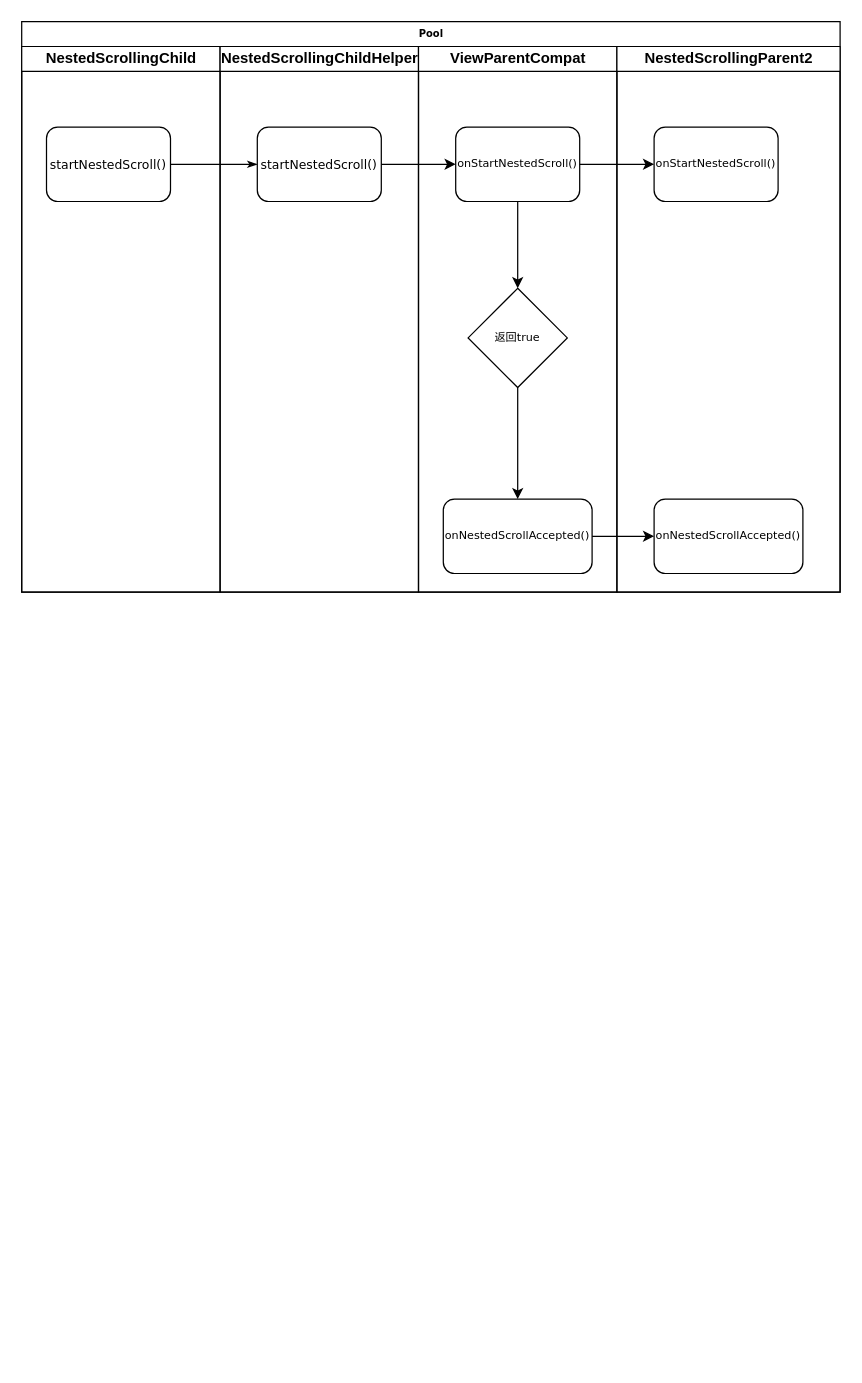
Earlier version of the draw.io diagram page "嵌套滑动流程" (1 of 3) of 未命名绘图.drawio (WensonLuo/Drowio). Source tidied: cells renumbered, new cells numbered last; positions are measured from the earlier drawing's top-left corner, leaving out a move shared by most shapes. Both pictures are drawn from the tidied source at 124%, with x=0, y=0 at pixel (21, 21).
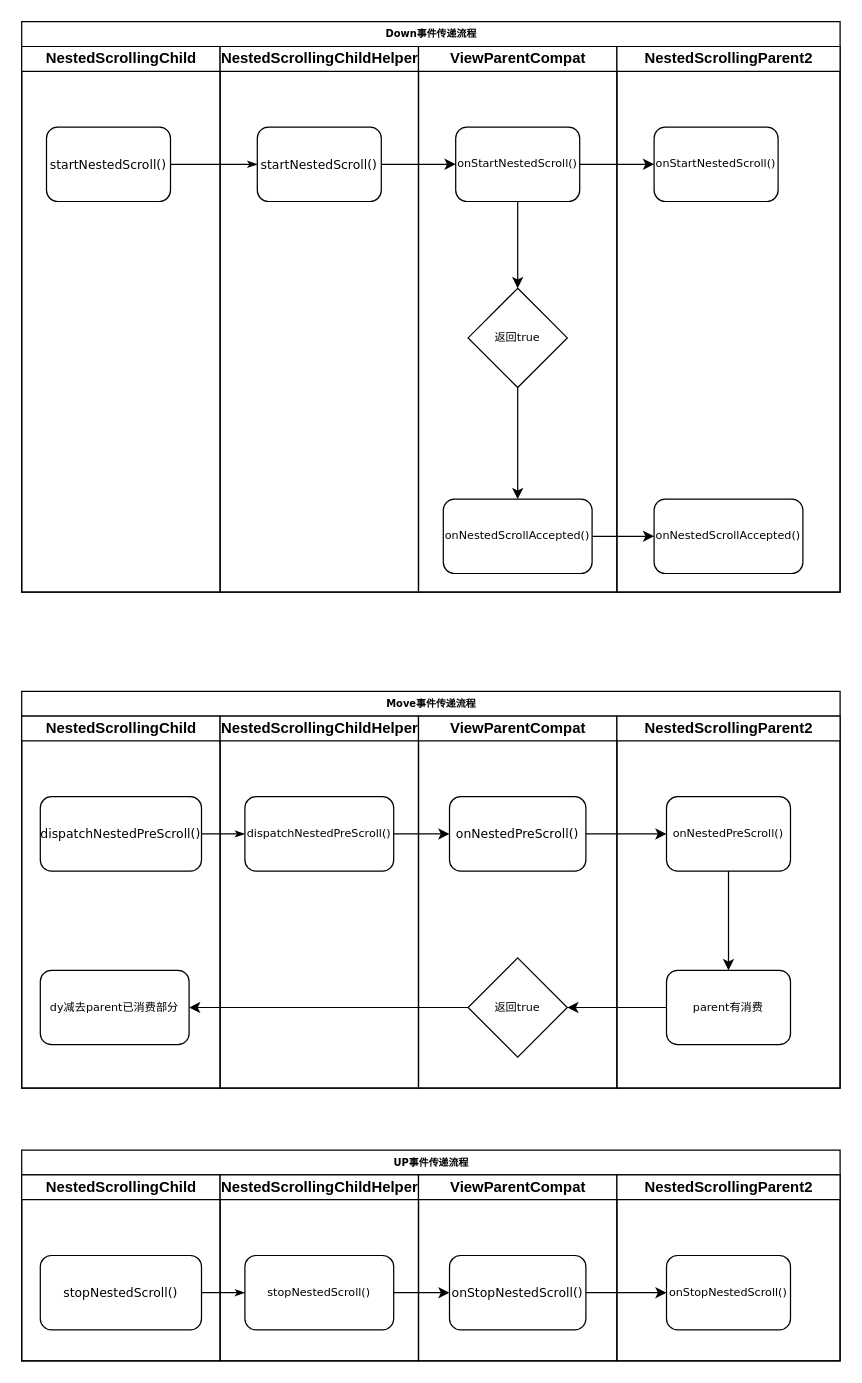
Above is the later version.

Commit message:
更新未命名绘图.drawio

Diff of the diagram source:
```diff
@@
-    <mxCell id="2" value="Pool" style="swimlane;html=1;startSize=20;rounded=0;shadow=0;labelBackgroundColor=none;strokeWidth=1;fontFamily=Verdana;fontSize=8;align=center;" parent="1" vertex="1">
+    <mxCell id="2" value="Down事件传递流程" style="swimlane;html=1;startSize=20;rounded=0;shadow=0;labelBackgroundColor=none;strokeWidth=1;fontFamily=Verdana;fontSize=8;align=center;" parent="1" vertex="1">
       <mxGeometry width="660" height="460" as="geometry" />
     </mxCell>
@@
+    <mxCell id="20" value="Move事件传递流程" style="swimlane;html=1;startSize=20;rounded=0;shadow=0;labelBackgroundColor=none;strokeWidth=1;fontFamily=Verdana;fontSize=8;align=center;" parent="1" vertex="1">
+      <mxGeometry y="540" width="660" height="320" as="geometry" />
+    </mxCell>
+    <mxCell id="21" value="&lt;div class=&quot;lake-content&quot;&gt;NestedScrollingChild&lt;/div&gt;" style="swimlane;html=1;startSize=20;" parent="20" vertex="1">
+      <mxGeometry y="20" width="160" height="300" as="geometry" />
+    </mxCell>
+    <mxCell id="22" value="&lt;div data-lake_diagram_content_editor_data=&quot;true&quot; style=&quot;font-size: 10px;&quot;&gt;dispatchNestedPreScroll()&lt;/div&gt;" style="rounded=1;whiteSpace=wrap;html=1;shadow=0;labelBackgroundColor=none;strokeWidth=1;fontFamily=Verdana;fontSize=10;align=center;" parent="21" vertex="1">
+      <mxGeometry x="15" y="65" width="130" height="60" as="geometry" />
+    </mxCell>
+    <mxCell id="23" value="dy减去parent已消费部分" style="whiteSpace=wrap;html=1;fontSize=9;fontFamily=Verdana;rounded=1;shadow=0;labelBackgroundColor=none;strokeWidth=1;" parent="21" vertex="1">
+      <mxGeometry x="15" y="205" width="120" height="60" as="geometry" />
+    </mxCell>
+    <mxCell id="24" style="edgeStyle=orthogonalEdgeStyle;rounded=1;html=1;labelBackgroundColor=none;startArrow=none;startFill=0;startSize=5;endArrow=classicThin;endFill=1;endSize=5;jettySize=auto;strokeWidth=1;fontFamily=Verdana;fontSize=8;" parent="20" edge="1" source="22" target="26">
+      <mxGeometry relative="1" as="geometry" />
+    </mxCell>
+    <mxCell id="25" value="NestedScrollingChildHelper" style="swimlane;html=1;startSize=20;" parent="20" vertex="1">
+      <mxGeometry x="160" y="20" width="160" height="300" as="geometry" />
+    </mxCell>
+    <mxCell id="26" value="dispatchNestedPreScroll()" style="rounded=1;whiteSpace=wrap;html=1;shadow=0;labelBackgroundColor=none;strokeWidth=1;fontFamily=Verdana;fontSize=9;align=center;" parent="25" vertex="1">
+      <mxGeometry x="20" y="65" width="120" height="60" as="geometry" />
+    </mxCell>
+    <mxCell id="27" value="ViewParentCompat" style="swimlane;html=1;startSize=20;" parent="20" vertex="1">
+      <mxGeometry x="320" y="20" width="160" height="300" as="geometry" />
+    </mxCell>
+    <mxCell id="28" value="onNestedPreScroll()" style="rounded=1;whiteSpace=wrap;html=1;shadow=0;labelBackgroundColor=none;strokeWidth=1;fontFamily=Verdana;fontSize=10;align=center;" parent="27" vertex="1">
+      <mxGeometry x="25" y="65" width="110" height="60" as="geometry" />
+    </mxCell>
+    <mxCell id="29" value="返回true" style="rhombus;whiteSpace=wrap;html=1;fontSize=9;fontFamily=Verdana;rounded=0;shadow=0;labelBackgroundColor=none;strokeWidth=1;" parent="27" vertex="1">
+      <mxGeometry x="40" y="195" width="80" height="80" as="geometry" />
+    </mxCell>
+    <mxCell id="30" style="edgeStyle=orthogonalEdgeStyle;rounded=0;jettySize=auto;html=1;" parent="20" edge="1" source="26" target="28">
+      <mxGeometry relative="1" as="geometry" />
+    </mxCell>
+    <mxCell id="31" style="edgeStyle=orthogonalEdgeStyle;rounded=0;jettySize=auto;html=1;" parent="20" edge="1" source="28" target="34">
+      <mxGeometry relative="1" as="geometry" />
+    </mxCell>
+    <mxCell id="32" value="NestedScrollingParent2" style="swimlane;html=1;startSize=20;" parent="20" vertex="1">
+      <mxGeometry x="480" y="20" width="180" height="300" as="geometry" />
+    </mxCell>
+    <mxCell id="33" style="edgeStyle=orthogonalEdgeStyle;rounded=0;jettySize=auto;html=1;" parent="32" edge="1" source="34" target="35">
+      <mxGeometry relative="1" as="geometry" />
+    </mxCell>
+    <mxCell id="34" value="onNestedPreScroll()" style="rounded=1;whiteSpace=wrap;html=1;shadow=0;labelBackgroundColor=none;strokeWidth=1;fontFamily=Verdana;fontSize=9;align=center;" parent="32" vertex="1">
+      <mxGeometry x="40" y="65" width="100" height="60" as="geometry" />
+    </mxCell>
+    <mxCell id="35" value="parent有消费" style="rounded=1;whiteSpace=wrap;html=1;shadow=0;labelBackgroundColor=none;strokeWidth=1;fontFamily=Verdana;fontSize=9;align=center;" parent="32" vertex="1">
+      <mxGeometry x="40" y="205" width="100" height="60" as="geometry" />
+    </mxCell>
+    <mxCell id="36" style="edgeStyle=orthogonalEdgeStyle;rounded=0;jettySize=auto;html=1;" parent="20" edge="1" source="35" target="29">
+      <mxGeometry relative="1" as="geometry" />
+    </mxCell>
+    <mxCell id="37" style="edgeStyle=orthogonalEdgeStyle;rounded=0;jettySize=auto;html=1;entryX=1;entryY=0.5;entryDx=0;entryDy=0;" parent="20" edge="1" source="29" target="23">
+      <mxGeometry relative="1" as="geometry" />
+    </mxCell>
+    <mxCell id="38" value="UP事件传递流程" style="swimlane;html=1;startSize=20;rounded=0;shadow=0;labelBackgroundColor=none;strokeWidth=1;fontFamily=Verdana;fontSize=8;align=center;" parent="1" vertex="1">
+      <mxGeometry y="910" width="660" height="170" as="geometry" />
+    </mxCell>
+    <mxCell id="39" value="&lt;div class=&quot;lake-content&quot;&gt;NestedScrollingChild&lt;/div&gt;" style="swimlane;html=1;startSize=20;" parent="38" vertex="1">
+      <mxGeometry y="20" width="160" height="150" as="geometry" />
+    </mxCell>
+    <mxCell id="40" value="&lt;div data-lake_diagram_content_editor_data=&quot;true&quot; style=&quot;font-size: 10px;&quot;&gt;stopNestedScroll()&lt;/div&gt;" style="rounded=1;whiteSpace=wrap;html=1;shadow=0;labelBackgroundColor=none;strokeWidth=1;fontFamily=Verdana;fontSize=10;align=center;" parent="39" vertex="1">
+      <mxGeometry x="15" y="65" width="130" height="60" as="geometry" />
+    </mxCell>
+    <mxCell id="41" style="edgeStyle=orthogonalEdgeStyle;rounded=1;html=1;labelBackgroundColor=none;startArrow=none;startFill=0;startSize=5;endArrow=classicThin;endFill=1;endSize=5;jettySize=auto;strokeWidth=1;fontFamily=Verdana;fontSize=8;" parent="38" edge="1" source="40" target="43">
+      <mxGeometry relative="1" as="geometry" />
+    </mxCell>
+    <mxCell id="42" value="NestedScrollingChildHelper" style="swimlane;html=1;startSize=20;" parent="38" vertex="1">
+      <mxGeometry x="160" y="20" width="160" height="150" as="geometry" />
+    </mxCell>
+    <mxCell id="43" value="stopNestedScroll()" style="rounded=1;whiteSpace=wrap;html=1;shadow=0;labelBackgroundColor=none;strokeWidth=1;fontFamily=Verdana;fontSize=9;align=center;" parent="42" vertex="1">
+      <mxGeometry x="20" y="65" width="120" height="60" as="geometry" />
+    </mxCell>
+    <mxCell id="44" value="ViewParentCompat" style="swimlane;html=1;startSize=20;" parent="38" vertex="1">
+      <mxGeometry x="320" y="20" width="160" height="150" as="geometry" />
+    </mxCell>
+    <mxCell id="45" value="onStopNestedScroll()" style="rounded=1;whiteSpace=wrap;html=1;shadow=0;labelBackgroundColor=none;strokeWidth=1;fontFamily=Verdana;fontSize=10;align=center;" parent="44" vertex="1">
+      <mxGeometry x="25" y="65" width="110" height="60" as="geometry" />
+    </mxCell>
+    <mxCell id="46" style="edgeStyle=orthogonalEdgeStyle;rounded=0;jettySize=auto;html=1;" parent="38" edge="1" source="43" target="45">
+      <mxGeometry relative="1" as="geometry" />
+    </mxCell>
+    <mxCell id="47" style="edgeStyle=orthogonalEdgeStyle;rounded=0;jettySize=auto;html=1;" parent="38" edge="1" source="45" target="49">
+      <mxGeometry relative="1" as="geometry" />
+    </mxCell>
+    <mxCell id="48" value="NestedScrollingParent2" style="swimlane;html=1;startSize=20;" parent="38" vertex="1">
+      <mxGeometry x="480" y="20" width="180" height="150" as="geometry" />
+    </mxCell>
+    <mxCell id="49" value="onStopNestedScroll()" style="rounded=1;whiteSpace=wrap;html=1;shadow=0;labelBackgroundColor=none;strokeWidth=1;fontFamily=Verdana;fontSize=9;align=center;" parent="48" vertex="1">
+      <mxGeometry x="40" y="65" width="100" height="60" as="geometry" />
+    </mxCell>
```
